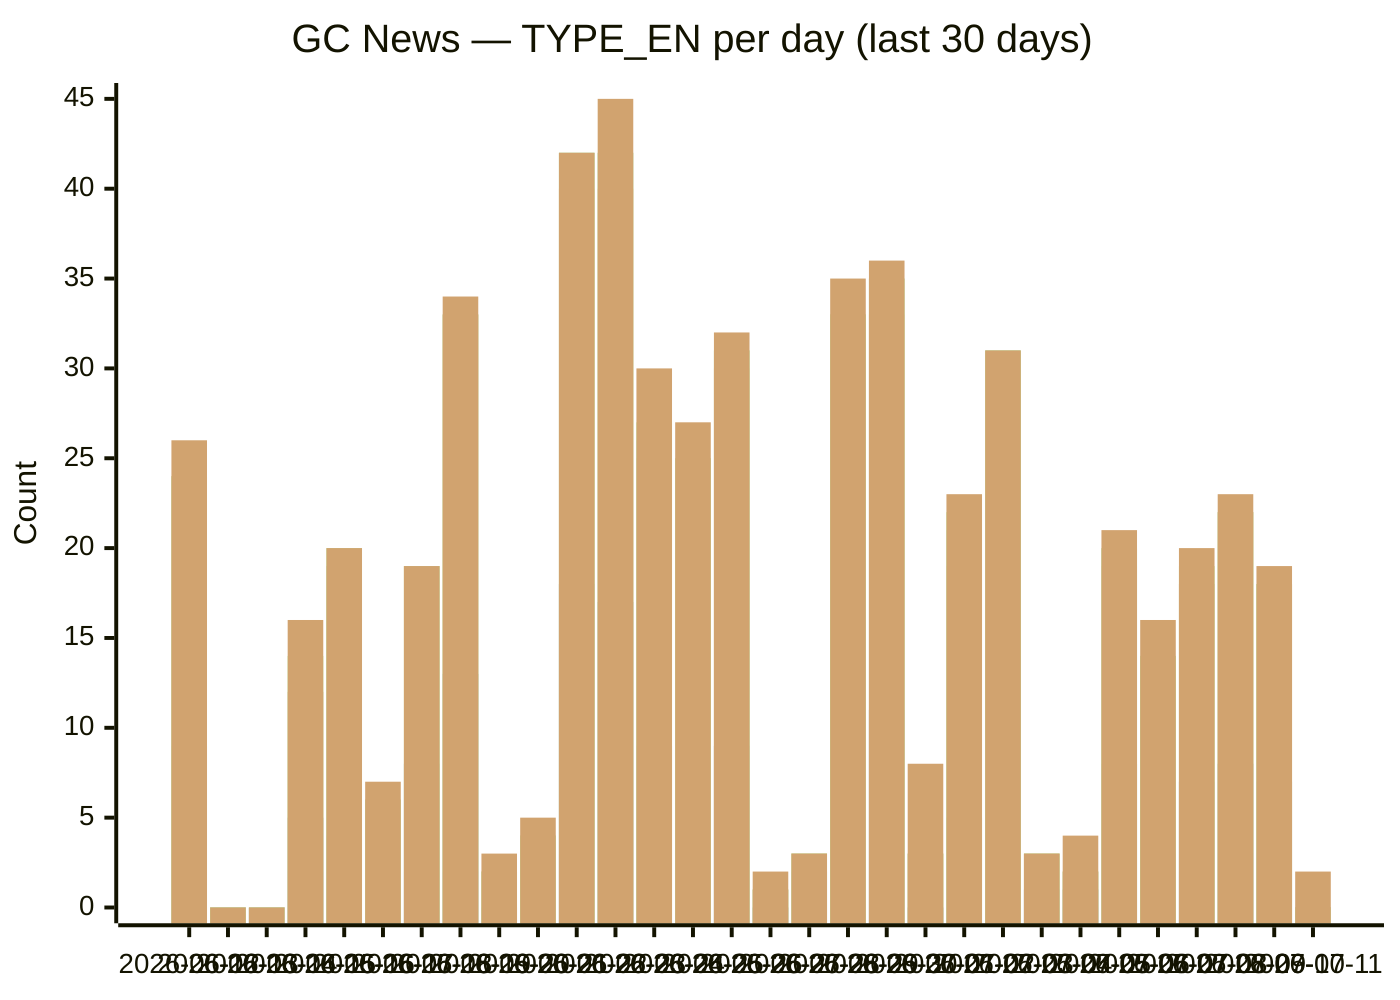
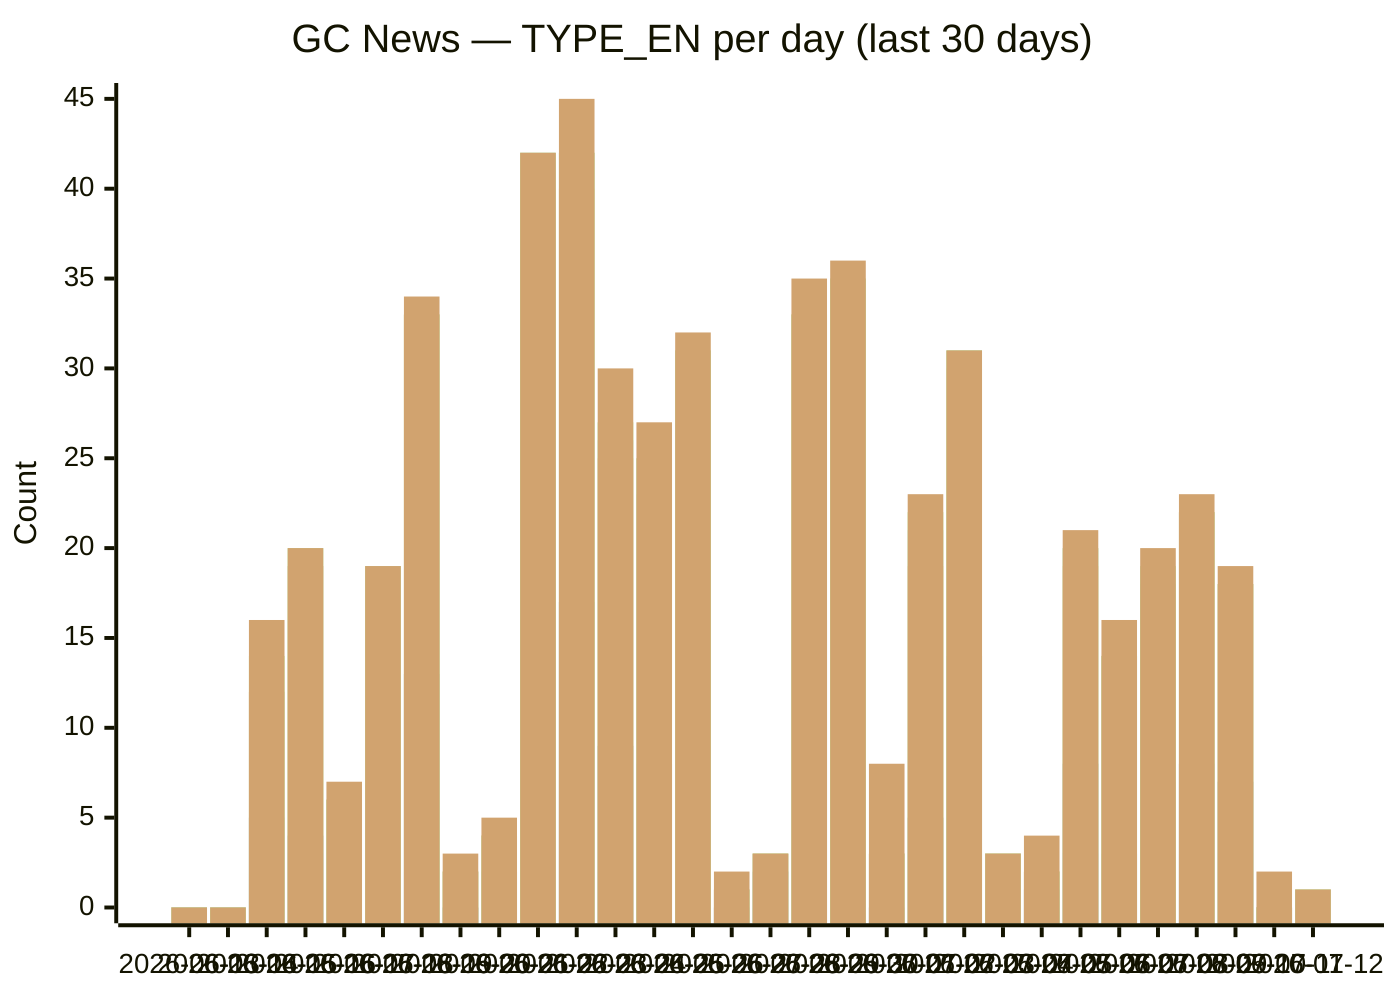
xychart-beta
  title "GC News — TYPE_EN per day (last 30 days)"
-   x-axis [2026-06-12, 2026-06-13, 2026-06-14, 2026-06-15, 2026-06-16, 2026-06-17, 2026-06-18, 2026-06-19, 2026-06-20, 2026-06-21, 2026-06-22, 2026-06-23, 2026-06-24, 2026-06-25, 2026-06-26, 2026-06-27, 2026-06-28, 2026-06-29, 2026-06-30, 2026-07-01, 2026-07-02, 2026-07-03, 2026-07-04, 2026-07-05, 2026-07-06, 2026-07-07, 2026-07-08, 2026-07-09, 2026-07-10, 2026-07-11]
+   x-axis [2026-06-13, 2026-06-14, 2026-06-15, 2026-06-16, 2026-06-17, 2026-06-18, 2026-06-19, 2026-06-20, 2026-06-21, 2026-06-22, 2026-06-23, 2026-06-24, 2026-06-25, 2026-06-26, 2026-06-27, 2026-06-28, 2026-06-29, 2026-06-30, 2026-07-01, 2026-07-02, 2026-07-03, 2026-07-04, 2026-07-05, 2026-07-06, 2026-07-07, 2026-07-08, 2026-07-09, 2026-07-10, 2026-07-11, 2026-07-12]
  y-axis "Count" 0 --> 45
-   bar backgrounders [3, 0, 0, 2, 3, 1, 2, 2, 0, 0, 3, 6, 2, 2, 3, 0, 0, 4, 3, 0, 1, 3, 1, 0, 3, 2, 2, 3, 3, 0]
-   bar "media advisories" [9, 0, 0, 5, 4, 1, 8, 13, 0, 2, 18, 17, 9, 8, 9, 0, 2, 16, 11, 0, 5, 14, 1, 1, 8, 3, 7, 8, 7, 0]
-   bar "news releases" [24, 0, 0, 12, 19, 6, 19, 33, 2, 4, 40, 40, 25, 23, 30, 1, 3, 33, 33, 3, 19, 30, 3, 2, 19, 14, 18, 22, 18, 0]
-   bar readouts [24, 0, 0, 12, 19, 6, 19, 33, 2, 4, 42, 42, 26, 25, 31, 1, 3, 33, 35, 3, 21, 31, 3, 2, 20, 14, 18, 22, 18, 0]
-   bar speeches [24, 0, 0, 14, 20, 6, 19, 33, 2, 4, 42, 42, 27, 25, 31, 1, 3, 33, 35, 3, 22, 31, 3, 2, 20, 14, 19, 22, 18, 0]
-   bar statements [26, 0, 0, 16, 20, 7, 19, 34, 3, 5, 42, 45, 30, 27, 32, 2, 3, 35, 36, 8, 23, 31, 3, 4, 21, 16, 20, 23, 19, 2]
+   bar backgrounders [0, 0, 2, 3, 1, 2, 2, 0, 0, 3, 6, 2, 2, 3, 0, 0, 4, 3, 0, 1, 3, 1, 0, 3, 2, 2, 3, 3, 0, 0]
+   bar "media advisories" [0, 0, 5, 4, 1, 8, 13, 0, 2, 18, 17, 9, 8, 9, 0, 2, 16, 11, 0, 5, 14, 1, 1, 8, 3, 7, 8, 7, 0, 0]
+   bar "news releases" [0, 0, 12, 19, 6, 19, 33, 2, 4, 40, 40, 25, 23, 30, 1, 3, 33, 33, 3, 19, 30, 3, 2, 19, 14, 18, 22, 18, 0, 1]
+   bar readouts [0, 0, 12, 19, 6, 19, 33, 2, 4, 42, 42, 26, 25, 31, 1, 3, 33, 35, 3, 21, 31, 3, 2, 20, 14, 18, 22, 18, 0, 1]
+   bar speeches [0, 0, 14, 20, 6, 19, 33, 2, 4, 42, 42, 27, 25, 31, 1, 3, 33, 35, 3, 22, 31, 3, 2, 20, 14, 19, 22, 18, 0, 1]
+   bar statements [0, 0, 16, 20, 7, 19, 34, 3, 5, 42, 45, 30, 27, 32, 2, 3, 35, 36, 8, 23, 31, 3, 4, 21, 16, 20, 23, 19, 2, 1]
